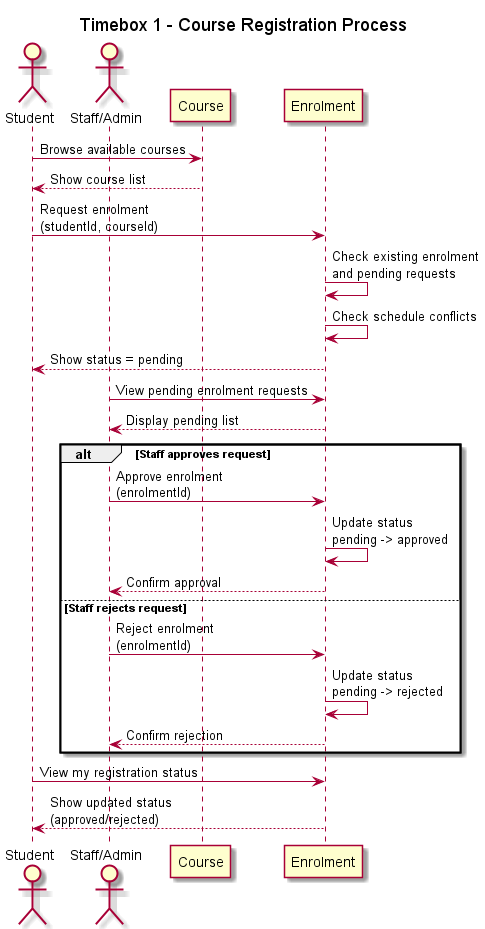
Earlier version of the PlantUML export out/sequence/Timebox1_SequenceDiagram/Timebox1_SequenceDiagram.png (KyawMyoHtay1/academic-portal).
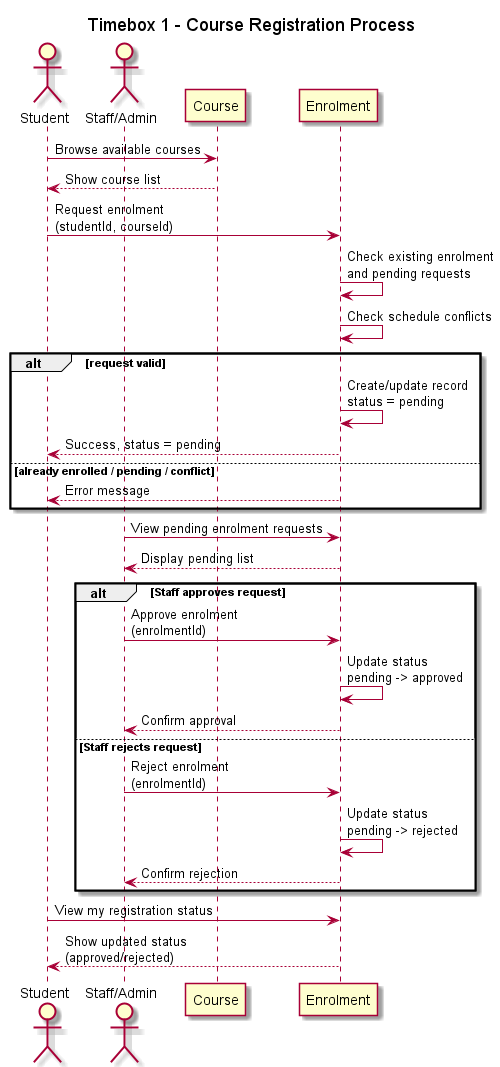
After the change.

Diff of the diagram source:
```diff
@@ -13,7 +13,12 @@
 Student -> Enrolment: Request enrolment\n(studentId, courseId)
 Enrolment -> Enrolment: Check existing enrolment\nand pending requests
 Enrolment -> Enrolment: Check schedule conflicts
-Enrolment --> Student: Show status = pending
+alt request valid
+  Enrolment -> Enrolment: Create/update record\nstatus = pending
+  Enrolment --> Student: Success, status = pending
+else already enrolled / pending / conflict
+  Enrolment --> Student: Error message
+end
 
 Staff -> Enrolment: View pending enrolment requests
 Enrolment --> Staff: Display pending list
```
